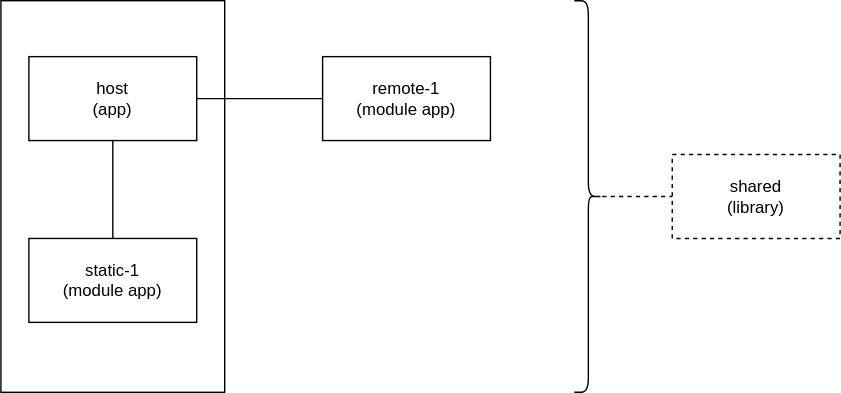
Before: app.drawio.svg, a diagram exported from draw.io (patricklafrance/wmfnext-shell). Source tidied: cells renumbered, new cells last; positions are measured from the earlier drawing's top-left corner, leaving out a move shared by most shapes. The source it was exported from:
```xml
<mxGraphModel>
  <root>
    <mxCell id="0" />
    <mxCell id="1" parent="0" />
    <mxCell id="2" style="rounded=0;whiteSpace=wrap;html=1;" parent="1" vertex="1">
      <mxGeometry width="160" height="280" as="geometry" />
    </mxCell>
    <mxCell id="3" style="edgeStyle=none;html=1;endArrow=none;endFill=0;" parent="1" edge="1" source="5" target="6">
      <mxGeometry relative="1" as="geometry" />
    </mxCell>
    <mxCell id="4" style="edgeStyle=none;html=1;endArrow=none;endFill=0;" parent="1" edge="1" source="5" target="7">
      <mxGeometry relative="1" as="geometry" />
    </mxCell>
    <mxCell id="5" value="host&lt;br&gt;(app)" style="rounded=0;whiteSpace=wrap;html=1;" parent="1" vertex="1">
      <mxGeometry x="20" y="40" width="120" height="60" as="geometry" />
    </mxCell>
    <mxCell id="6" value="static-1&lt;br&gt;(module app)" style="rounded=0;whiteSpace=wrap;html=1;" parent="1" vertex="1">
      <mxGeometry x="20" y="170" width="120" height="60" as="geometry" />
    </mxCell>
    <mxCell id="7" value="remote-1&lt;br&gt;(module app)" style="rounded=0;whiteSpace=wrap;html=1;" parent="1" vertex="1">
      <mxGeometry x="230" y="40" width="120" height="60" as="geometry" />
    </mxCell>
    <mxCell id="8" style="edgeStyle=none;html=1;endArrow=none;endFill=0;dashed=1;" parent="1" edge="1" source="9" target="10">
      <mxGeometry relative="1" as="geometry" />
    </mxCell>
    <mxCell id="9" style="shape=curlyBracket;whiteSpace=wrap;html=1;rounded=1;flipH=1;labelPosition=right;verticalLabelPosition=middle;align=left;verticalAlign=middle;" parent="1" vertex="1">
      <mxGeometry x="410" width="20" height="280" as="geometry" />
    </mxCell>
    <mxCell id="10" value="shared&lt;br&gt;(library)" style="rounded=0;whiteSpace=wrap;html=1;dashed=1;" parent="1" vertex="1">
      <mxGeometry x="480" y="110" width="120" height="60" as="geometry" />
    </mxCell>
  </root>
</mxGraphModel>
```
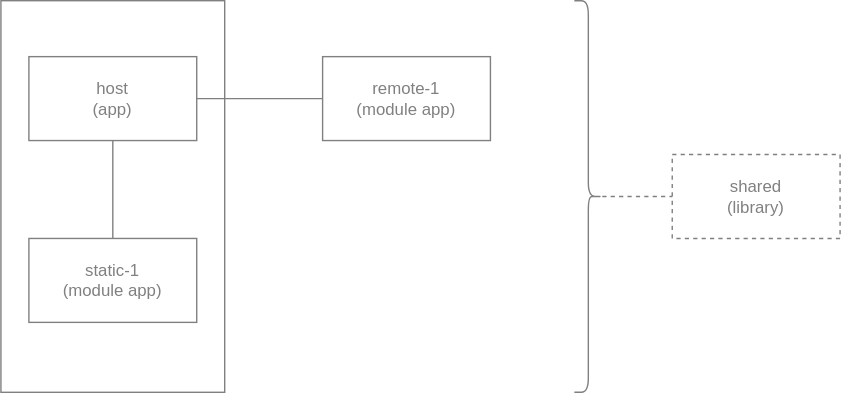
After the change.

Commit message:
Added a target architecture diagram to the guides

The edit, as a diff of the source:
```diff
@@ -2,31 +2,31 @@
   <root>
     <mxCell id="0" />
     <mxCell id="1" parent="0" />
-    <mxCell id="2" style="rounded=0;whiteSpace=wrap;html=1;" parent="1" vertex="1">
+    <mxCell id="2" style="rounded=0;whiteSpace=wrap;html=1;fillColor=none;strokeColor=#808080;" parent="1" vertex="1">
       <mxGeometry width="160" height="280" as="geometry" />
     </mxCell>
-    <mxCell id="3" style="edgeStyle=none;html=1;endArrow=none;endFill=0;" parent="1" edge="1" source="5" target="6">
+    <mxCell id="3" style="edgeStyle=none;html=1;endArrow=none;endFill=0;strokeColor=#808080;" parent="1" edge="1" source="5" target="6">
       <mxGeometry relative="1" as="geometry" />
     </mxCell>
-    <mxCell id="4" style="edgeStyle=none;html=1;endArrow=none;endFill=0;" parent="1" edge="1" source="5" target="7">
+    <mxCell id="4" style="edgeStyle=none;html=1;endArrow=none;endFill=0;strokeColor=#808080;" parent="1" edge="1" source="5" target="7">
       <mxGeometry relative="1" as="geometry" />
     </mxCell>
-    <mxCell id="5" value="host&lt;br&gt;(app)" style="rounded=0;whiteSpace=wrap;html=1;" parent="1" vertex="1">
+    <mxCell id="5" value="host&lt;br&gt;(app)" style="rounded=0;whiteSpace=wrap;html=1;fillColor=none;strokeColor=#808080;fontColor=#808080;" parent="1" vertex="1">
       <mxGeometry x="20" y="40" width="120" height="60" as="geometry" />
     </mxCell>
-    <mxCell id="6" value="static-1&lt;br&gt;(module app)" style="rounded=0;whiteSpace=wrap;html=1;" parent="1" vertex="1">
+    <mxCell id="6" value="static-1&lt;br&gt;(module app)" style="rounded=0;whiteSpace=wrap;html=1;fillColor=none;strokeColor=#808080;fontColor=#808080;" parent="1" vertex="1">
       <mxGeometry x="20" y="170" width="120" height="60" as="geometry" />
     </mxCell>
-    <mxCell id="7" value="remote-1&lt;br&gt;(module app)" style="rounded=0;whiteSpace=wrap;html=1;" parent="1" vertex="1">
+    <mxCell id="7" value="remote-1&lt;br&gt;(module app)" style="rounded=0;whiteSpace=wrap;html=1;fillColor=none;strokeColor=#808080;fontColor=#808080;" parent="1" vertex="1">
       <mxGeometry x="230" y="40" width="120" height="60" as="geometry" />
     </mxCell>
-    <mxCell id="8" style="edgeStyle=none;html=1;endArrow=none;endFill=0;dashed=1;" parent="1" edge="1" source="9" target="10">
+    <mxCell id="8" style="edgeStyle=none;html=1;endArrow=none;endFill=0;dashed=1;strokeColor=#808080;" parent="1" edge="1" source="9" target="10">
       <mxGeometry relative="1" as="geometry" />
     </mxCell>
-    <mxCell id="9" style="shape=curlyBracket;whiteSpace=wrap;html=1;rounded=1;flipH=1;labelPosition=right;verticalLabelPosition=middle;align=left;verticalAlign=middle;" parent="1" vertex="1">
+    <mxCell id="9" style="shape=curlyBracket;whiteSpace=wrap;html=1;rounded=1;flipH=1;labelPosition=right;verticalLabelPosition=middle;align=left;verticalAlign=middle;fillColor=none;strokeColor=#808080;" parent="1" vertex="1">
       <mxGeometry x="410" width="20" height="280" as="geometry" />
     </mxCell>
-    <mxCell id="10" value="shared&lt;br&gt;(library)" style="rounded=0;whiteSpace=wrap;html=1;dashed=1;" parent="1" vertex="1">
+    <mxCell id="10" value="shared&lt;br&gt;(library)" style="rounded=0;whiteSpace=wrap;html=1;dashed=1;fillColor=none;strokeColor=#808080;fontColor=#808080;" parent="1" vertex="1">
       <mxGeometry x="480" y="110" width="120" height="60" as="geometry" />
     </mxCell>
   </root>
```
